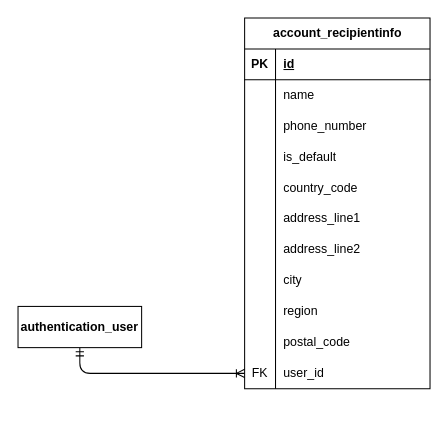
Before: page "Account" (5 of 10) of diagrams/erd/e-commerce-entity-relationship-diagram.drawio in RHILIUS/E-Commerce-Docs, a draw.io diagram. Source tidied: cells renumbered, new cells numbered last; positions are measured from the earlier drawing's top-left corner, leaving out a move shared by most shapes. Both pictures are drawn from the tidied source at 103%, with x=0, y=0 at pixel (18, 18).
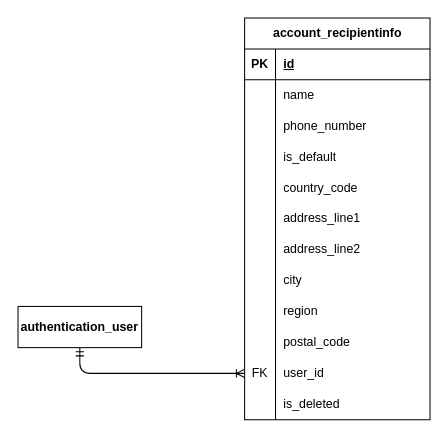
After the change.

Commit message:
Add is_deleted column on account_recipientinfo entity

Diff of the diagram source:
```diff
@@
     <mxCell id="2" value="account_recipientinfo" style="shape=table;startSize=30;childLayout=tableLayout;rowLines=0;fontStyle=1;align=center;html=1;" parent="1" vertex="1">
-      <mxGeometry x="220" width="180" height="360" as="geometry" />
+      <mxGeometry x="220" width="180" height="390" as="geometry" />
     </mxCell>
@@
+    <mxCell id="38" style="shape=tableRow;horizontal=0;startSize=0;swimlaneHead=0;swimlaneBody=0;fillColor=none;top=0;left=0;right=0;bottom=0;" parent="2" vertex="1">
+      <mxGeometry y="360" width="180" height="30" as="geometry" />
+    </mxCell>
+    <mxCell id="39" style="shape=partialRectangle;fillColor=none;top=0;left=0;bottom=0;right=0;overflow=hidden;whiteSpace=wrap;html=1;" parent="38" vertex="1">
+      <mxGeometry width="30" height="30" as="geometry" />
+    </mxCell>
+    <mxCell id="40" value="is_deleted" style="shape=partialRectangle;fillColor=none;top=0;left=0;bottom=0;right=0;align=left;spacingLeft=6;overflow=hidden;whiteSpace=wrap;html=1;" parent="38" vertex="1">
+      <mxGeometry x="30" width="150" height="30" as="geometry" />
+    </mxCell>
```
